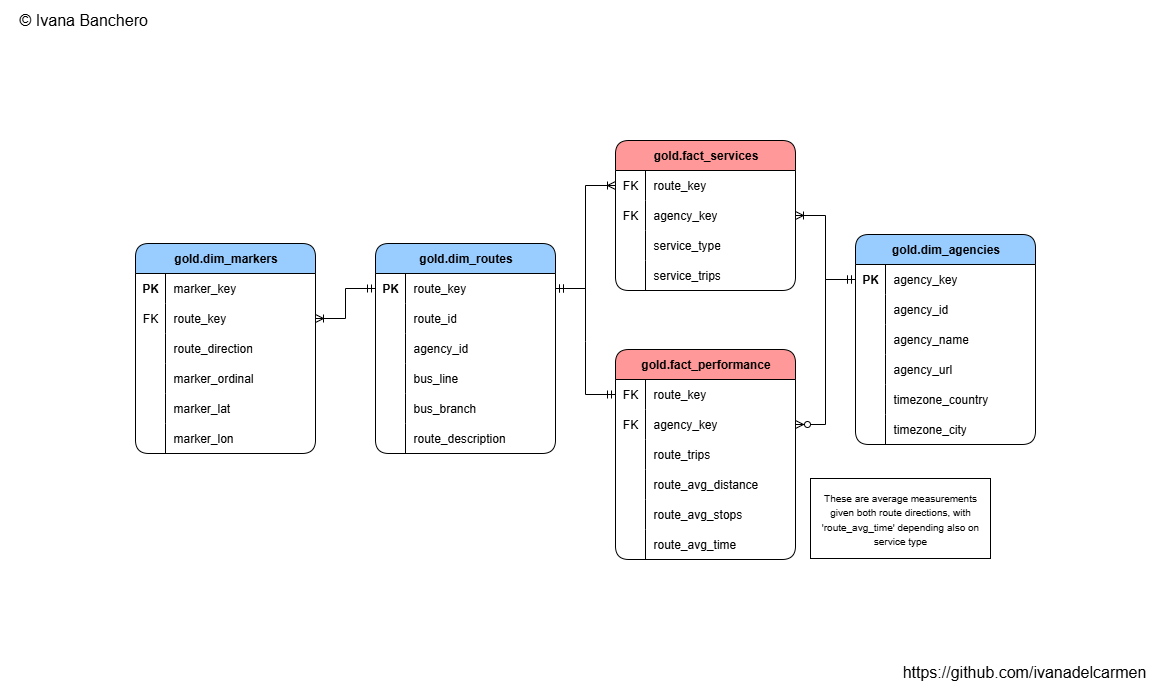
Earlier version of the draw.io export docs/data_model.png (ivanadelcarmen/bus-gtfs-warehouse). Source tidied: cells renumbered, new cells last; positions are measured from the earlier drawing's top-left corner, leaving out a move shared by most shapes.
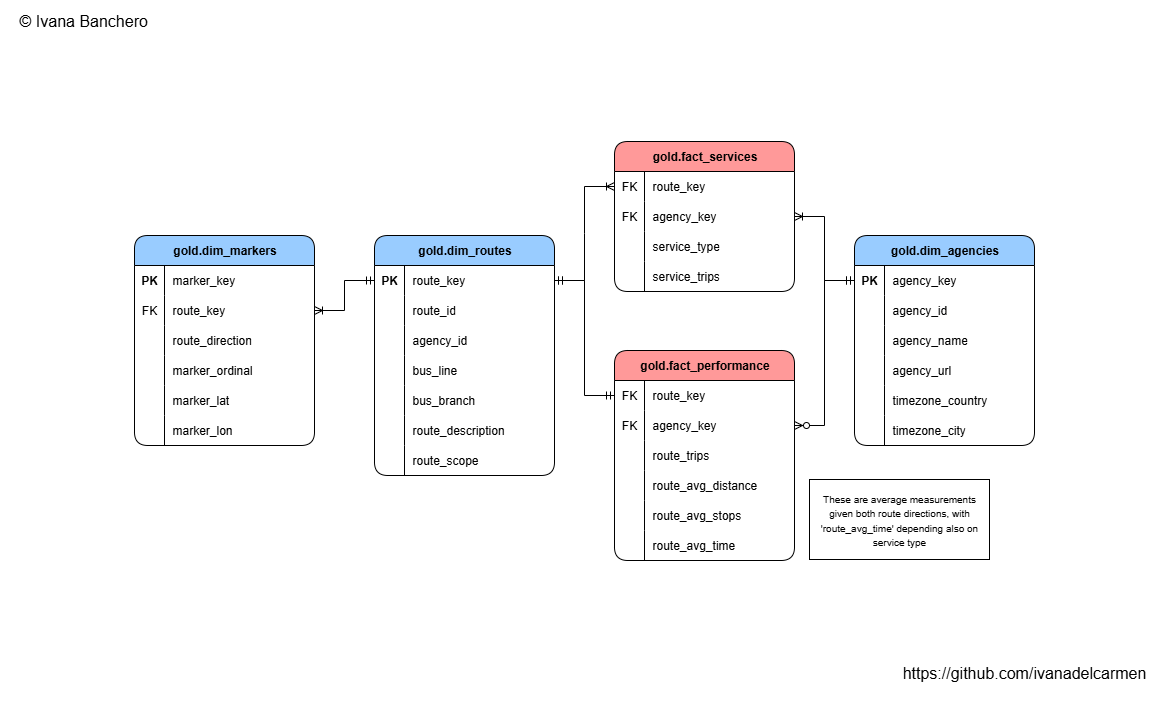
Above is the later version.

Commit message:
Update documentation to include new 'routes' table column 'route_scope'

The edit, as a diff of the source:
```diff
@@ -3,7 +3,7 @@
     <mxCell id="0" />
     <mxCell id="1" parent="0" />
     <mxCell id="2" value="&lt;span&gt;gold.fact_performance&lt;/span&gt;" style="shape=table;startSize=30;rowLines=0;fontStyle=1;align=center;html=1;rounded=1;gradientColor=none;fillColor=#FF9999;" parent="1" vertex="1">
-      <mxGeometry x="599" y="345" width="180" height="210" as="geometry" />
+      <mxGeometry x="598" y="345" width="180" height="210" as="geometry" />
     </mxCell>
     <mxCell id="3" style="shape=tableRow;horizontal=0;startSize=0;swimlaneHead=0;swimlaneBody=0;fillColor=none;points=[[0,0.5],[1,0.5]];portConstraint=eastwest;top=0;left=0;right=0;bottom=0;" parent="2" vertex="1">
       <mxGeometry y="30" width="180" height="30" as="geometry" />
@@ -60,7 +60,7 @@
       <mxGeometry x="30" width="150" height="30" as="geometry" />
     </mxCell>
     <mxCell id="21" value="gold.dim_agencies" style="shape=table;startSize=30;rowLines=0;fontStyle=1;align=center;html=1;rounded=1;fillColor=#99CCFF;" parent="1" vertex="1">
-      <mxGeometry x="839" y="230" width="180" height="210" as="geometry" />
+      <mxGeometry x="838" y="230" width="180" height="210" as="geometry" />
     </mxCell>
     <mxCell id="22" style="shape=tableRow;horizontal=0;startSize=0;swimlaneHead=0;swimlaneBody=0;fillColor=none;points=[[0,0.5],[1,0.5]];portConstraint=eastwest;top=0;left=0;right=0;bottom=0;" parent="21" vertex="1">
       <mxGeometry y="30" width="180" height="30" as="geometry" />
@@ -117,7 +117,7 @@
       <mxGeometry x="30" width="150" height="30" as="geometry" />
     </mxCell>
     <mxCell id="40" value="gold.dim_markers" style="shape=table;startSize=30;rowLines=0;fontStyle=1;align=center;html=1;rounded=1;fillColor=#99CCFF;" parent="1" vertex="1">
-      <mxGeometry x="119" y="239" width="180" height="210" as="geometry" />
+      <mxGeometry x="118" y="230" width="180" height="210" as="geometry" />
     </mxCell>
     <mxCell id="41" style="shape=tableRow;horizontal=0;startSize=0;swimlaneHead=0;swimlaneBody=0;fillColor=none;top=0;left=0;right=0;bottom=0;" parent="40" vertex="1">
       <mxGeometry y="30" width="180" height="30" as="geometry" />
@@ -174,10 +174,10 @@
       <mxGeometry x="30" width="150" height="30" as="geometry" />
     </mxCell>
     <mxCell id="59" value="&lt;font style=&quot;font-size: 10px;&quot;&gt;These are average measurements given both route directions, with 'route_avg_time' depending also on service type&lt;/font&gt;" style="rounded=0;whiteSpace=wrap;html=1;" parent="1" vertex="1">
-      <mxGeometry x="794" y="474" width="180" height="80" as="geometry" />
+      <mxGeometry x="793" y="474" width="180" height="80" as="geometry" />
     </mxCell>
     <mxCell id="60" value="gold.dim_routes" style="shape=table;startSize=30;rowLines=0;fontStyle=1;align=center;html=1;rounded=1;fillColor=#99CCFF;" parent="1" vertex="1">
-      <mxGeometry x="359" y="239" width="180" height="210" as="geometry" />
+      <mxGeometry x="358" y="230" width="180" height="240" as="geometry" />
     </mxCell>
     <mxCell id="61" style="shape=tableRow;horizontal=0;startSize=0;swimlaneHead=0;swimlaneBody=0;fillColor=none;points=[[0,0.5],[1,0.5]];portConstraint=eastwest;top=0;left=0;right=0;bottom=0;" parent="60" vertex="1">
       <mxGeometry y="30" width="180" height="30" as="geometry" />
@@ -233,6 +233,15 @@
     <mxCell id="78" value="route_description" style="shape=partialRectangle;fillColor=none;top=0;left=0;bottom=0;right=0;align=left;spacingLeft=6;overflow=hidden;whiteSpace=wrap;html=1;" parent="76" vertex="1">
       <mxGeometry x="30" width="150" height="30" as="geometry" />
     </mxCell>
+    <mxCell id="99" style="shape=tableRow;horizontal=0;startSize=0;swimlaneHead=0;swimlaneBody=0;fillColor=none;top=0;left=0;right=0;bottom=0;" parent="60" vertex="1">
+      <mxGeometry y="210" width="180" height="30" as="geometry" />
+    </mxCell>
+    <mxCell id="100" style="shape=partialRectangle;fillColor=none;top=0;left=0;bottom=0;right=0;overflow=hidden;whiteSpace=wrap;html=1;" parent="99" vertex="1">
+      <mxGeometry width="30" height="30" as="geometry" />
+    </mxCell>
+    <mxCell id="101" value="route_scope" style="shape=partialRectangle;fillColor=none;top=0;left=0;bottom=0;right=0;align=left;spacingLeft=6;overflow=hidden;whiteSpace=wrap;html=1;" parent="99" vertex="1">
+      <mxGeometry x="30" width="150" height="30" as="geometry" />
+    </mxCell>
     <mxCell id="79" style="edgeStyle=entityRelationEdgeStyle;fontSize=12;html=1;endArrow=ERoneToMany;startArrow=ERmandOne;rounded=0;exitX=0;exitY=0.5;exitDx=0;exitDy=0;entryX=1;entryY=0.5;entryDx=0;entryDy=0;" parent="1" edge="1" source="61" target="44">
       <mxGeometry relative="1" as="geometry" />
     </mxCell>
@@ -240,7 +249,7 @@
       <mxGeometry relative="1" as="geometry" />
     </mxCell>
     <mxCell id="81" value="&lt;span&gt;gold.fact_services&lt;/span&gt;" style="shape=table;startSize=30;rowLines=0;fontStyle=1;align=center;html=1;rounded=1;gradientColor=none;fillColor=#FF9999;" parent="1" vertex="1">
-      <mxGeometry x="599" y="136" width="180" height="150" as="geometry" />
+      <mxGeometry x="598" y="136" width="180" height="150" as="geometry" />
     </mxCell>
     <mxCell id="82" style="shape=tableRow;horizontal=0;startSize=0;swimlaneHead=0;swimlaneBody=0;fillColor=none;points=[[0,0.5],[1,0.5]];portConstraint=eastwest;top=0;left=0;right=0;bottom=0;" parent="81" vertex="1">
       <mxGeometry y="30" width="180" height="30" as="geometry" />
```
